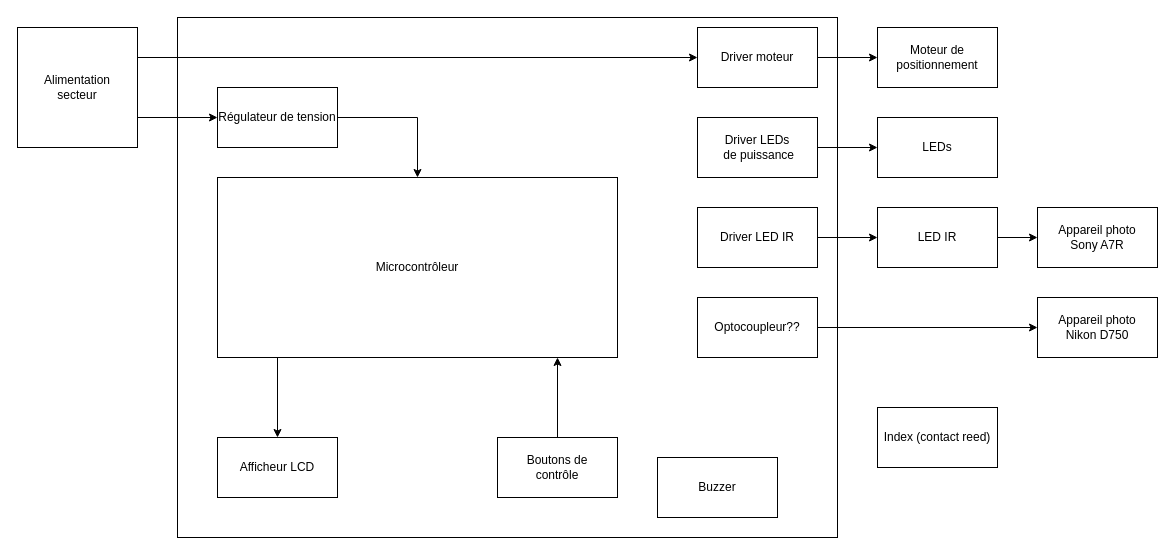
This is doc/Diagrammes/SchemaBlocDetaille.drawio from Belprot/2309_AutomatisationPriseImageRTI, a draw.io file, before an edit. Source tidied: cells renumbered, new cells numbered last; positions are measured from the earlier drawing's top-left corner, leaving out a move shared by most shapes. Both pictures are drawn from the tidied source at 100%, with x=0, y=0 at pixel (17, 17).
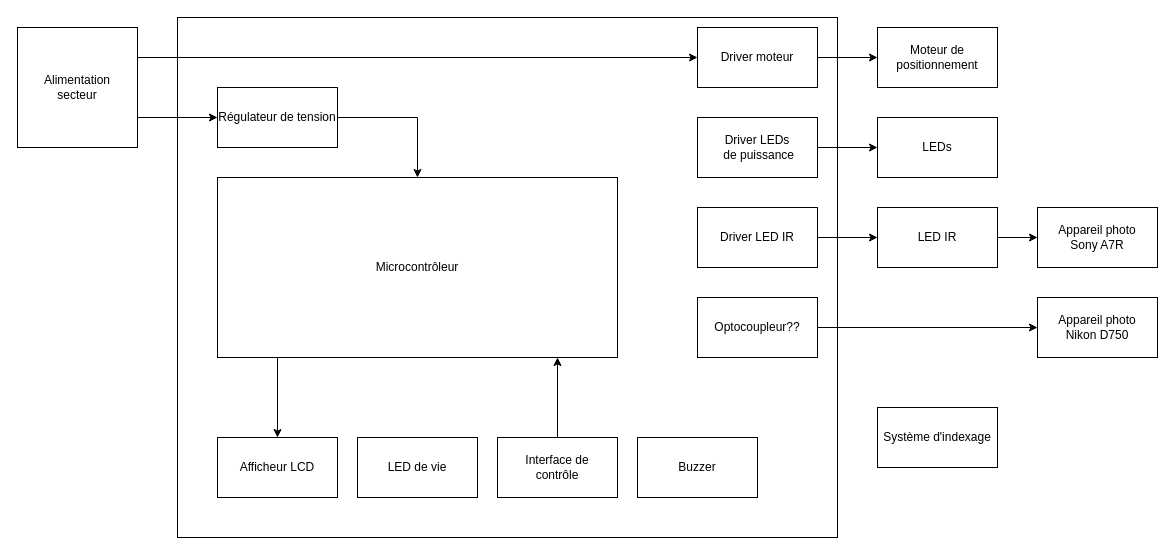
After the change.

Diff of the diagram source:
```diff
@@
-    <mxCell id="14" value="&lt;div&gt;Boutons de &lt;br&gt;&lt;/div&gt;&lt;div&gt;contrôle&lt;/div&gt;" style="rounded=0;whiteSpace=wrap;html=1;" parent="1" vertex="1">
+    <mxCell id="14" value="&lt;div&gt;Interface de &lt;br&gt;&lt;/div&gt;&lt;div&gt;contrôle&lt;/div&gt;" style="rounded=0;whiteSpace=wrap;html=1;" parent="1" vertex="1">
       <mxGeometry x="480" y="420" width="120" height="60" as="geometry" />
     </mxCell>
@@
-    <mxCell id="27" value="Index (contact reed)" style="rounded=0;whiteSpace=wrap;html=1;" parent="1" vertex="1">
+    <mxCell id="27" value="Système d'indexage" style="rounded=0;whiteSpace=wrap;html=1;" parent="1" vertex="1">
       <mxGeometry x="860" y="390" width="120" height="60" as="geometry" />
     </mxCell>
     <mxCell id="28" value="Buzzer" style="rounded=0;whiteSpace=wrap;html=1;" parent="1" vertex="1">
-      <mxGeometry x="640" y="440" width="120" height="60" as="geometry" />
+      <mxGeometry x="620" y="420" width="120" height="60" as="geometry" />
     </mxCell>
+    <mxCell id="29" value="LED de vie" style="rounded=0;whiteSpace=wrap;html=1;" parent="1" vertex="1">
+      <mxGeometry x="340" y="420" width="120" height="60" as="geometry" />
+    </mxCell>
```
